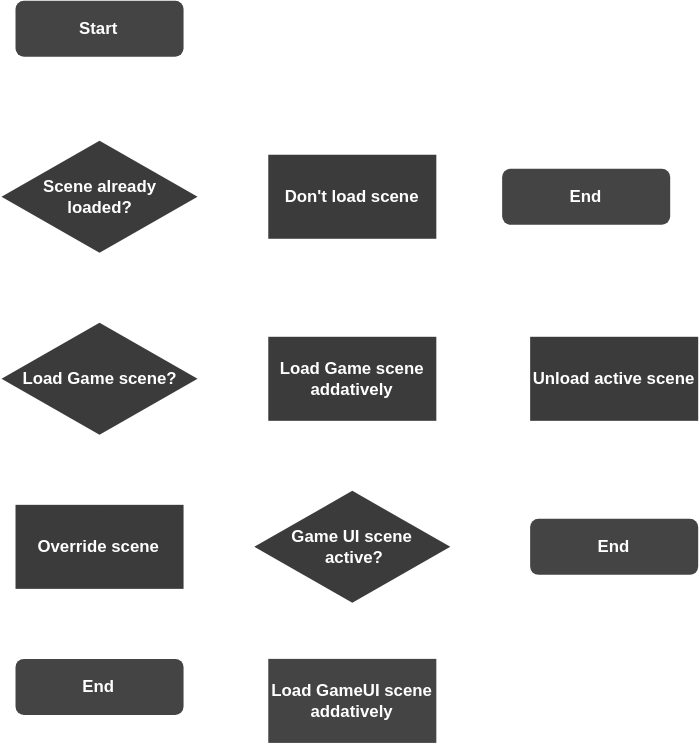
ArjenSimons/arjensimons.github.io keeps this draw.io diagram as assets/img_scene_loading_flow_diagram.svg. Above is the earlier version. Source tidied: cells renumbered, new cells last; positions are measured from the earlier drawing's top-left corner, leaving out a move shared by most shapes.
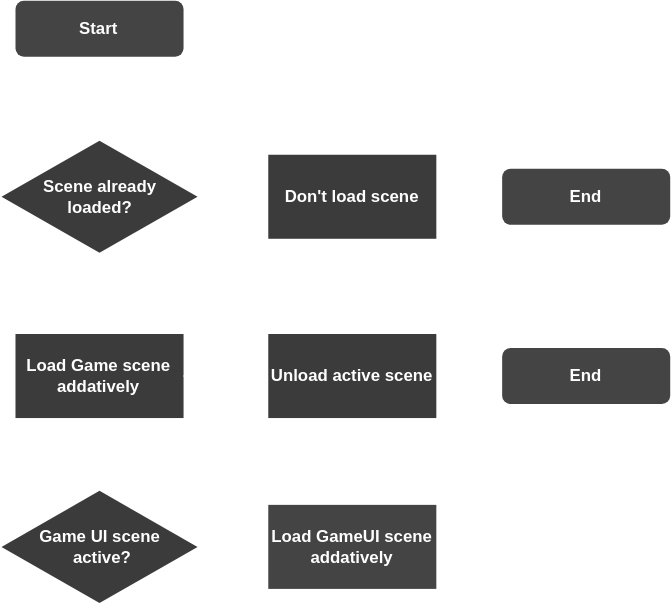
Later version of the same file.

The edit, as a diff of the source:
```diff
@@ -2,89 +2,74 @@
   <root>
     <mxCell id="0" />
     <mxCell id="1" parent="0" />
-    <mxCell id="2" style="edgeStyle=orthogonalEdgeStyle;rounded=0;jettySize=auto;html=1;strokeColor=#FFFFFF;" parent="1" edge="1" source="3" target="27">
-      <mxGeometry relative="1" as="geometry" />
+    <mxCell id="2" value="&lt;b&gt;&lt;font color=&quot;#ffffff&quot;&gt;Load GameUI scene addatively&lt;/font&gt;&lt;/b&gt;" style="rounded=0;whiteSpace=wrap;html=1;fillColor=#444444;strokeColor=none;" parent="1" vertex="1">
+      <mxGeometry x="191" y="360" width="120" height="60" as="geometry" />
     </mxCell>
-    <mxCell id="3" value="&lt;b&gt;&lt;font color=&quot;#ffffff&quot;&gt;Override scene&lt;/font&gt;&lt;/b&gt;" style="rounded=0;whiteSpace=wrap;html=1;fillColor=#3B3B3B;strokeColor=none;" parent="1" vertex="1">
-      <mxGeometry x="10.5" y="360" width="120" height="60" as="geometry" />
+    <mxCell id="3" style="edgeStyle=orthogonalEdgeStyle;rounded=0;jettySize=auto;html=1;entryX=0.5;entryY=0;entryDx=0;entryDy=0;strokeColor=#FFFFFF;" parent="1" edge="1" source="22" target="9">
+      <mxGeometry relative="1" as="geometry" />
     </mxCell>
-    <mxCell id="4" value="&lt;b&gt;&lt;font color=&quot;#ffffff&quot;&gt;Load GameUI scene addatively&lt;/font&gt;&lt;/b&gt;" style="rounded=0;whiteSpace=wrap;html=1;fillColor=#444444;strokeColor=none;" parent="1" vertex="1">
-      <mxGeometry x="191" y="470" width="120" height="60" as="geometry" />
+    <mxCell id="4" style="edgeStyle=orthogonalEdgeStyle;rounded=0;jettySize=auto;html=1;entryX=0;entryY=0.5;entryDx=0;entryDy=0;strokeColor=#FFFFFF;" parent="1" edge="1" source="6" target="22">
+      <mxGeometry relative="1" as="geometry" />
     </mxCell>
-    <mxCell id="5" value="&lt;b&gt;&lt;font color=&quot;#ffffff&quot;&gt;no&lt;/font&gt;&lt;/b&gt;" style="text;html=1;strokeColor=none;fillColor=none;align=center;verticalAlign=middle;whiteSpace=wrap;rounded=0;fontStyle=2;" parent="1" vertex="1">
-      <mxGeometry x="73" y="321" width="30" height="20" as="geometry" />
+    <mxCell id="5" style="edgeStyle=orthogonalEdgeStyle;rounded=0;jettySize=auto;html=1;entryX=0.5;entryY=0;entryDx=0;entryDy=0;strokeColor=#FFFFFF;" parent="1" edge="1" source="6" target="9">
+      <mxGeometry relative="1" as="geometry" />
     </mxCell>
-    <mxCell id="6" style="edgeStyle=orthogonalEdgeStyle;rounded=0;jettySize=auto;html=1;entryX=0.5;entryY=0;entryDx=0;entryDy=0;strokeColor=#FFFFFF;" parent="1" edge="1" source="8" target="3">
-      <mxGeometry relative="1" as="geometry" />
+    <mxCell id="6" value="&lt;b&gt;&lt;font color=&quot;#ffffff&quot;&gt;Load Game scene addatively&lt;/font&gt;&lt;/b&gt;" style="rounded=0;whiteSpace=wrap;html=1;fillColor=#3B3B3B;strokeColor=none;" parent="1" vertex="1">
+      <mxGeometry x="10.5" y="238" width="120" height="60" as="geometry" />
     </mxCell>
-    <mxCell id="7" style="edgeStyle=orthogonalEdgeStyle;rounded=0;jettySize=auto;html=1;entryX=0;entryY=0.5;entryDx=0;entryDy=0;strokeColor=#FFFFFF;" parent="1" edge="1" source="8" target="11">
-      <mxGeometry relative="1" as="geometry" />
+    <mxCell id="7" value="&lt;b&gt;&lt;font color=&quot;#ffffff&quot;&gt;yes&lt;/font&gt;&lt;/b&gt;" style="text;html=1;fillColor=none;align=center;verticalAlign=middle;whiteSpace=wrap;rounded=0;fontStyle=2;" parent="1" vertex="1">
+      <mxGeometry x="148" y="245" width="30" height="20" as="geometry" />
     </mxCell>
-    <mxCell id="8" value="&lt;b&gt;&lt;font color=&quot;#ffffff&quot;&gt;Load Game scene?&lt;/font&gt;&lt;/b&gt;" style="rhombus;whiteSpace=wrap;html=1;fillColor=#3B3B3B;strokeColor=none;" parent="1" vertex="1">
-      <mxGeometry x="0.5" y="230" width="140" height="80" as="geometry" />
+    <mxCell id="8" style="edgeStyle=orthogonalEdgeStyle;rounded=0;jettySize=auto;html=1;entryX=0.5;entryY=0;entryDx=0;entryDy=0;strokeColor=#FFFFFF;" parent="1" edge="1" source="9" target="2">
+      <mxGeometry relative="1" as="geometry" />
     </mxCell>
-    <mxCell id="9" style="edgeStyle=orthogonalEdgeStyle;rounded=0;jettySize=auto;html=1;entryX=0.5;entryY=0;entryDx=0;entryDy=0;strokeColor=#FFFFFF;" parent="1" edge="1" source="11" target="14">
-      <mxGeometry relative="1" as="geometry" />
+    <mxCell id="9" value="&lt;b&gt;&lt;font color=&quot;#ffffff&quot;&gt;Game UI scene&lt;br&gt;&amp;nbsp;active?&lt;/font&gt;&lt;/b&gt;" style="rhombus;whiteSpace=wrap;html=1;fillColor=#3B3B3B;strokeColor=none;" parent="1" vertex="1">
+      <mxGeometry x="0.5" y="350" width="140" height="80" as="geometry" />
     </mxCell>
-    <mxCell id="10" style="edgeStyle=orthogonalEdgeStyle;rounded=0;jettySize=auto;html=1;entryX=0;entryY=0.5;entryDx=0;entryDy=0;strokeColor=#FFFFFF;" parent="1" edge="1" source="11" target="19">
+    <mxCell id="10" style="edgeStyle=orthogonalEdgeStyle;rounded=0;jettySize=auto;html=1;entryX=0.5;entryY=0;entryDx=0;entryDy=0;strokeColor=#FFFFFF;" parent="1" edge="1" source="11" target="16">
       <mxGeometry relative="1" as="geometry" />
     </mxCell>
-    <mxCell id="11" value="&lt;b&gt;&lt;font color=&quot;#ffffff&quot;&gt;Load Game scene addatively&lt;/font&gt;&lt;/b&gt;" style="rounded=0;whiteSpace=wrap;html=1;fillColor=#3B3B3B;strokeColor=none;" parent="1" vertex="1">
-      <mxGeometry x="191" y="240" width="120" height="60" as="geometry" />
+    <mxCell id="11" value="&lt;b&gt;&lt;font color=&quot;#ffffff&quot;&gt;Start&lt;/font&gt;&lt;/b&gt;" style="rounded=1;whiteSpace=wrap;html=1;fillColor=#444444;strokeColor=none;" parent="1" vertex="1">
+      <mxGeometry x="10.5" width="120" height="40" as="geometry" />
     </mxCell>
-    <mxCell id="12" value="&lt;b&gt;&lt;font color=&quot;#ffffff&quot;&gt;yes&lt;/font&gt;&lt;/b&gt;" style="text;html=1;fillColor=none;align=center;verticalAlign=middle;whiteSpace=wrap;rounded=0;fontStyle=2;" parent="1" vertex="1">
-      <mxGeometry x="148" y="245" width="30" height="20" as="geometry" />
+    <mxCell id="12" style="edgeStyle=orthogonalEdgeStyle;rounded=0;jettySize=auto;html=1;strokeColor=#FFFFFF;" parent="1" edge="1" source="22" target="13">
+      <mxGeometry relative="1" as="geometry" />
     </mxCell>
-    <mxCell id="13" style="edgeStyle=orthogonalEdgeStyle;rounded=0;jettySize=auto;html=1;entryX=0.5;entryY=0;entryDx=0;entryDy=0;strokeColor=#FFFFFF;" parent="1" edge="1" source="14" target="4">
-      <mxGeometry relative="1" as="geometry" />
+    <mxCell id="13" value="&lt;b&gt;&lt;font color=&quot;#ffffff&quot;&gt;End&lt;/font&gt;&lt;/b&gt;" style="rounded=1;whiteSpace=wrap;html=1;fillColor=#444444;strokeColor=none;" parent="1" vertex="1">
+      <mxGeometry x="358" y="248" width="120" height="40" as="geometry" />
     </mxCell>
-    <mxCell id="14" value="&lt;b&gt;&lt;font color=&quot;#ffffff&quot;&gt;Game UI scene&lt;br&gt;&amp;nbsp;active?&lt;/font&gt;&lt;/b&gt;" style="rhombus;whiteSpace=wrap;html=1;fillColor=#3B3B3B;strokeColor=none;" parent="1" vertex="1">
-      <mxGeometry x="181" y="350" width="140" height="80" as="geometry" />
+    <mxCell id="14" style="edgeStyle=orthogonalEdgeStyle;rounded=0;jettySize=auto;html=1;entryX=0.5;entryY=0;entryDx=0;entryDy=0;strokeColor=#FFFFFF;" parent="1" edge="1" source="16" target="6">
+      <mxGeometry relative="1" as="geometry" />
     </mxCell>
-    <mxCell id="15" value="&lt;b&gt;&lt;font color=&quot;#ffffff&quot;&gt;no&lt;/font&gt;&lt;/b&gt;" style="text;html=1;strokeColor=none;fillColor=none;align=center;verticalAlign=middle;whiteSpace=wrap;rounded=0;fontStyle=2;" parent="1" vertex="1">
-      <mxGeometry x="253" y="440" width="30" height="20" as="geometry" />
+    <mxCell id="15" style="edgeStyle=orthogonalEdgeStyle;rounded=0;jettySize=auto;html=1;entryX=0;entryY=0.5;entryDx=0;entryDy=0;strokeColor=#FFFFFF;" parent="1" edge="1" source="16" target="19">
+      <mxGeometry relative="1" as="geometry" />
     </mxCell>
-    <mxCell id="16" style="edgeStyle=orthogonalEdgeStyle;rounded=0;jettySize=auto;html=1;entryX=0.5;entryY=0;entryDx=0;entryDy=0;strokeColor=#FFFFFF;" parent="1" edge="1" source="17" target="23">
-      <mxGeometry relative="1" as="geometry" />
+    <mxCell id="16" value="&lt;b&gt;&lt;font color=&quot;#ffffff&quot;&gt;Scene already &lt;br&gt;loaded?&lt;/font&gt;&lt;/b&gt;" style="rhombus;whiteSpace=wrap;html=1;fillColor=#3b3b3b;strokeColor=none;" parent="1" vertex="1">
+      <mxGeometry x="0.5" y="100" width="140" height="80" as="geometry" />
     </mxCell>
-    <mxCell id="17" value="&lt;b&gt;&lt;font color=&quot;#ffffff&quot;&gt;Start&lt;/font&gt;&lt;/b&gt;" style="rounded=1;whiteSpace=wrap;html=1;fillColor=#444444;strokeColor=none;" parent="1" vertex="1">
-      <mxGeometry x="10.5" width="120" height="40" as="geometry" />
+    <mxCell id="17" value="&lt;b&gt;&lt;font color=&quot;#ffffff&quot;&gt;no&lt;/font&gt;&lt;/b&gt;" style="text;html=1;strokeColor=none;fillColor=none;align=center;verticalAlign=middle;whiteSpace=wrap;rounded=0;fontStyle=2;" parent="1" vertex="1">
+      <mxGeometry x="68" y="190" width="30" height="20" as="geometry" />
     </mxCell>
-    <mxCell id="18" style="edgeStyle=orthogonalEdgeStyle;rounded=0;jettySize=auto;html=1;strokeColor=#FFFFFF;" parent="1" edge="1" source="19" target="20">
+    <mxCell id="18" style="edgeStyle=orthogonalEdgeStyle;rounded=0;jettySize=auto;html=1;entryX=0;entryY=0.5;entryDx=0;entryDy=0;strokeColor=#FFFFFF;" parent="1" edge="1" source="19" target="20">
       <mxGeometry relative="1" as="geometry" />
     </mxCell>
-    <mxCell id="19" value="&lt;b&gt;&lt;font color=&quot;#ffffff&quot;&gt;Unload active scene&lt;/font&gt;&lt;/b&gt;" style="rounded=0;whiteSpace=wrap;html=1;fillColor=#3B3B3B;strokeColor=none;" parent="1" vertex="1">
-      <mxGeometry x="378" y="240" width="120" height="60" as="geometry" />
+    <mxCell id="19" value="&lt;b&gt;&lt;font color=&quot;#ffffff&quot;&gt;Don't load scene&lt;/font&gt;&lt;/b&gt;" style="rounded=0;whiteSpace=wrap;html=1;fillColor=#3B3B3B;strokeColor=none;" parent="1" vertex="1">
+      <mxGeometry x="191" y="110" width="120" height="60" as="geometry" />
     </mxCell>
     <mxCell id="20" value="&lt;b&gt;&lt;font color=&quot;#ffffff&quot;&gt;End&lt;/font&gt;&lt;/b&gt;" style="rounded=1;whiteSpace=wrap;html=1;fillColor=#444444;strokeColor=none;" parent="1" vertex="1">
-      <mxGeometry x="378" y="370" width="120" height="40" as="geometry" />
+      <mxGeometry x="358" y="120" width="120" height="40" as="geometry" />
     </mxCell>
-    <mxCell id="21" style="edgeStyle=orthogonalEdgeStyle;rounded=0;jettySize=auto;html=1;entryX=0.5;entryY=0;entryDx=0;entryDy=0;strokeColor=#FFFFFF;" parent="1" edge="1" source="23" target="8">
-      <mxGeometry relative="1" as="geometry" />
+    <mxCell id="21" value="&lt;b&gt;&lt;font color=&quot;#ffffff&quot;&gt;yes&lt;/font&gt;&lt;/b&gt;" style="text;html=1;fillColor=none;align=center;verticalAlign=middle;whiteSpace=wrap;rounded=0;fontStyle=2;" parent="1" vertex="1">
+      <mxGeometry x="148" y="117" width="30" height="20" as="geometry" />
     </mxCell>
-    <mxCell id="22" style="edgeStyle=orthogonalEdgeStyle;rounded=0;jettySize=auto;html=1;entryX=0;entryY=0.5;entryDx=0;entryDy=0;strokeColor=#FFFFFF;" parent="1" edge="1" source="23" target="26">
-      <mxGeometry relative="1" as="geometry" />
+    <mxCell id="22" value="&lt;b&gt;&lt;font color=&quot;#ffffff&quot;&gt;Unload active scene&lt;/font&gt;&lt;/b&gt;" style="rounded=0;whiteSpace=wrap;html=1;fillColor=#3B3B3B;strokeColor=none;" parent="1" vertex="1">
+      <mxGeometry x="191" y="238" width="120" height="60" as="geometry" />
     </mxCell>
-    <mxCell id="23" value="&lt;b&gt;&lt;font color=&quot;#ffffff&quot;&gt;Scene already &lt;br&gt;loaded?&lt;/font&gt;&lt;/b&gt;" style="rhombus;whiteSpace=wrap;html=1;fillColor=#3b3b3b;strokeColor=none;" parent="1" vertex="1">
-      <mxGeometry x="0.5" y="100" width="140" height="80" as="geometry" />
+    <mxCell id="23" style="edgeStyle=orthogonalEdgeStyle;rounded=0;jettySize=auto;html=1;entryX=0;entryY=0.5;entryDx=0;entryDy=0;strokeColor=#FFFFFF;" parent="1" edge="1" source="6" target="22">
+      <mxGeometry relative="1" as="geometry" />
     </mxCell>
-    <mxCell id="24" value="&lt;b&gt;&lt;font color=&quot;#ffffff&quot;&gt;no&lt;/font&gt;&lt;/b&gt;" style="text;html=1;strokeColor=none;fillColor=none;align=center;verticalAlign=middle;whiteSpace=wrap;rounded=0;fontStyle=2;" parent="1" vertex="1">
-      <mxGeometry x="68" y="190" width="30" height="20" as="geometry" />
+    <mxCell id="24" value="&lt;b&gt;&lt;font color=&quot;#ffffff&quot;&gt;yes&lt;/font&gt;&lt;/b&gt;" style="text;html=1;fillColor=none;align=center;verticalAlign=middle;whiteSpace=wrap;rounded=0;fontStyle=2;" parent="1" vertex="1">
+      <mxGeometry x="147" y="370" width="30" height="20" as="geometry" />
     </mxCell>
-    <mxCell id="25" style="edgeStyle=orthogonalEdgeStyle;rounded=0;jettySize=auto;html=1;entryX=0;entryY=0.5;entryDx=0;entryDy=0;strokeColor=#FFFFFF;" parent="1" edge="1" source="26" target="28">
-      <mxGeometry relative="1" as="geometry" />
-    </mxCell>
-    <mxCell id="26" value="&lt;b&gt;&lt;font color=&quot;#ffffff&quot;&gt;Don't load scene&lt;/font&gt;&lt;/b&gt;" style="rounded=0;whiteSpace=wrap;html=1;fillColor=#3B3B3B;strokeColor=none;" parent="1" vertex="1">
-      <mxGeometry x="191" y="110" width="120" height="60" as="geometry" />
-    </mxCell>
-    <mxCell id="27" value="&lt;b&gt;&lt;font color=&quot;#ffffff&quot;&gt;End&lt;/font&gt;&lt;/b&gt;" style="rounded=1;whiteSpace=wrap;html=1;fillColor=#444444;strokeColor=none;" parent="1" vertex="1">
-      <mxGeometry x="10.5" y="470" width="120" height="40" as="geometry" />
-    </mxCell>
-    <mxCell id="28" value="&lt;b&gt;&lt;font color=&quot;#ffffff&quot;&gt;End&lt;/font&gt;&lt;/b&gt;" style="rounded=1;whiteSpace=wrap;html=1;fillColor=#444444;strokeColor=none;" parent="1" vertex="1">
-      <mxGeometry x="358" y="120" width="120" height="40" as="geometry" />
-    </mxCell>
-    <mxCell id="29" value="&lt;b&gt;&lt;font color=&quot;#ffffff&quot;&gt;yes&lt;/font&gt;&lt;/b&gt;" style="text;html=1;fillColor=none;align=center;verticalAlign=middle;whiteSpace=wrap;rounded=0;fontStyle=2;" parent="1" vertex="1">
-      <mxGeometry x="148" y="110" width="30" height="20" as="geometry" />
-    </mxCell>
   </root>
 </mxGraphModel>
```
